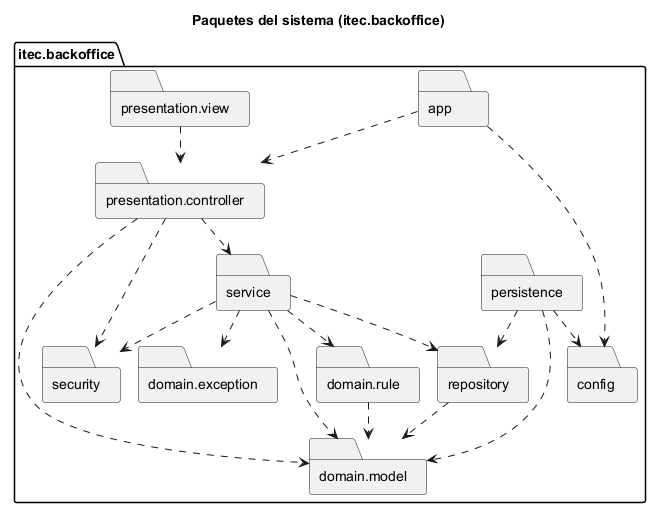
The PlantUML diagram document/diagramas/paquetes.png in ISMAELALTHENOFER/BACKOFFICE-ACADEMICO-ITEC-N-1, before a commit.
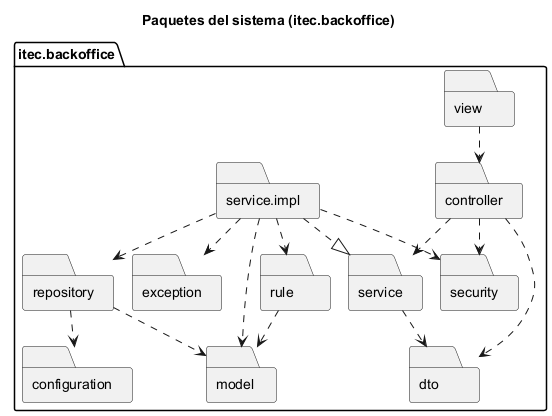
The same file after the commit.

What changed in the source:
```diff
@@ -4,33 +4,31 @@
 title Paquetes del sistema (itec.backoffice)
 
 package "itec.backoffice" {
-  folder "app" as app
-  folder "presentation.view" as vista
-  folder "presentation.controller" as ctrl
+  folder "view" as vista
+  folder "controller" as ctrl
+  folder "dto" as dto
   folder "service" as srv
+  folder "service.impl" as impl
+  folder "rule" as rule
   folder "security" as sec
-  folder "domain.model" as model
-  folder "domain.rule" as rule
-  folder "domain.exception" as exc
+  folder "model" as model
+  folder "exception" as exc
   folder "repository" as repo
-  folder "persistence" as pers
-  folder "config" as cfg
+  folder "configuration" as cfg
 }
 
-app ..> ctrl
-app ..> cfg
 vista ..> ctrl
 ctrl ..> srv
+ctrl ..> dto
 ctrl ..> sec
-ctrl ..> model
-srv ..> sec
-srv ..> rule
-srv ..> model
-srv ..> exc
-srv ..> repo
+impl ..|> srv
+impl ..> rule
+impl ..> repo
+impl ..> model
+impl ..> exc
+impl ..> sec
+srv ..> dto
 rule ..> model
 repo ..> model
-pers ..> repo
-pers ..> model
-pers ..> cfg
+repo ..> cfg
 @enduml
```
